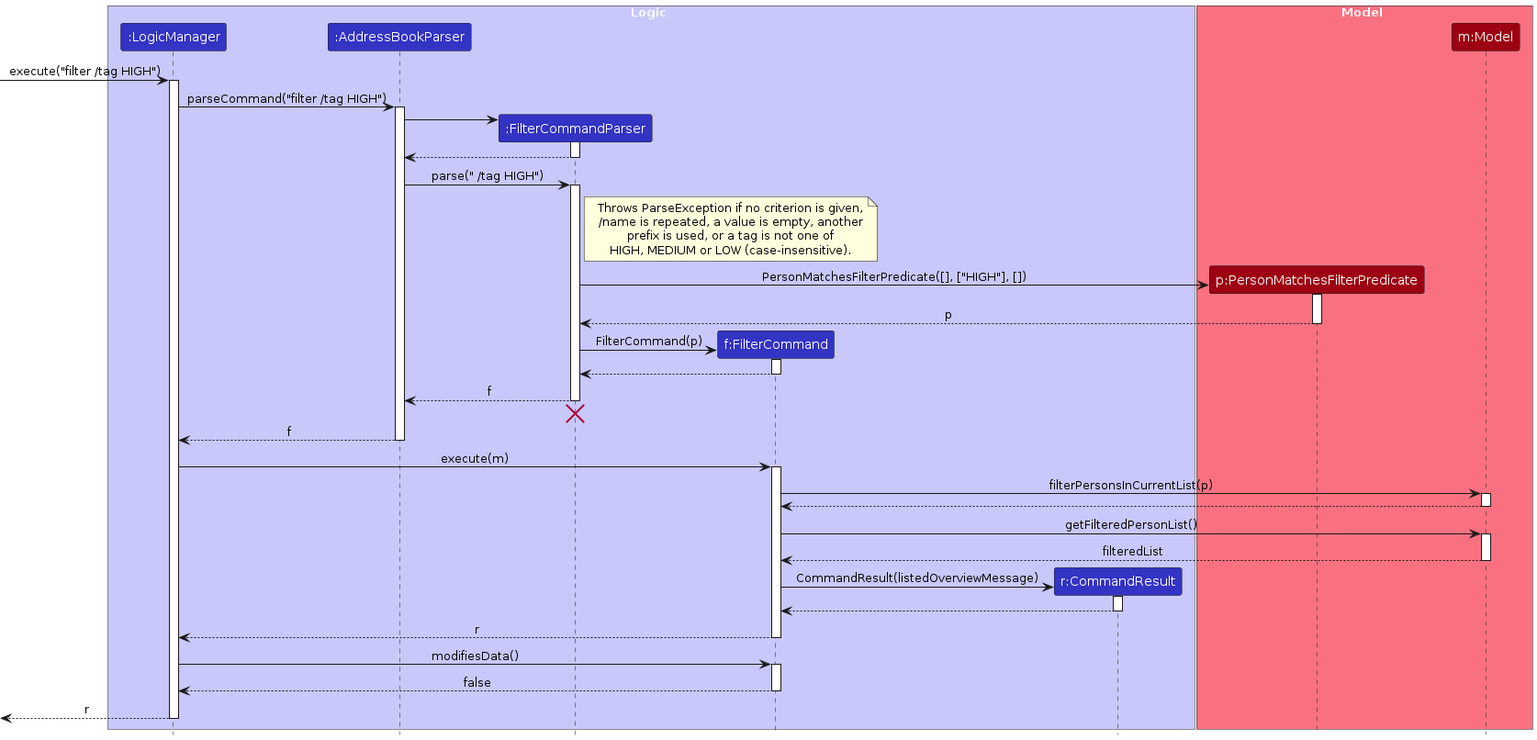
Above: diagrams/FilterSequenceDiagram.png in AY2627S1-CS2103T-T08-1/tp (PlantUML), before the change. Its source is kept beside it as diagrams/FilterSequenceDiagram.puml.
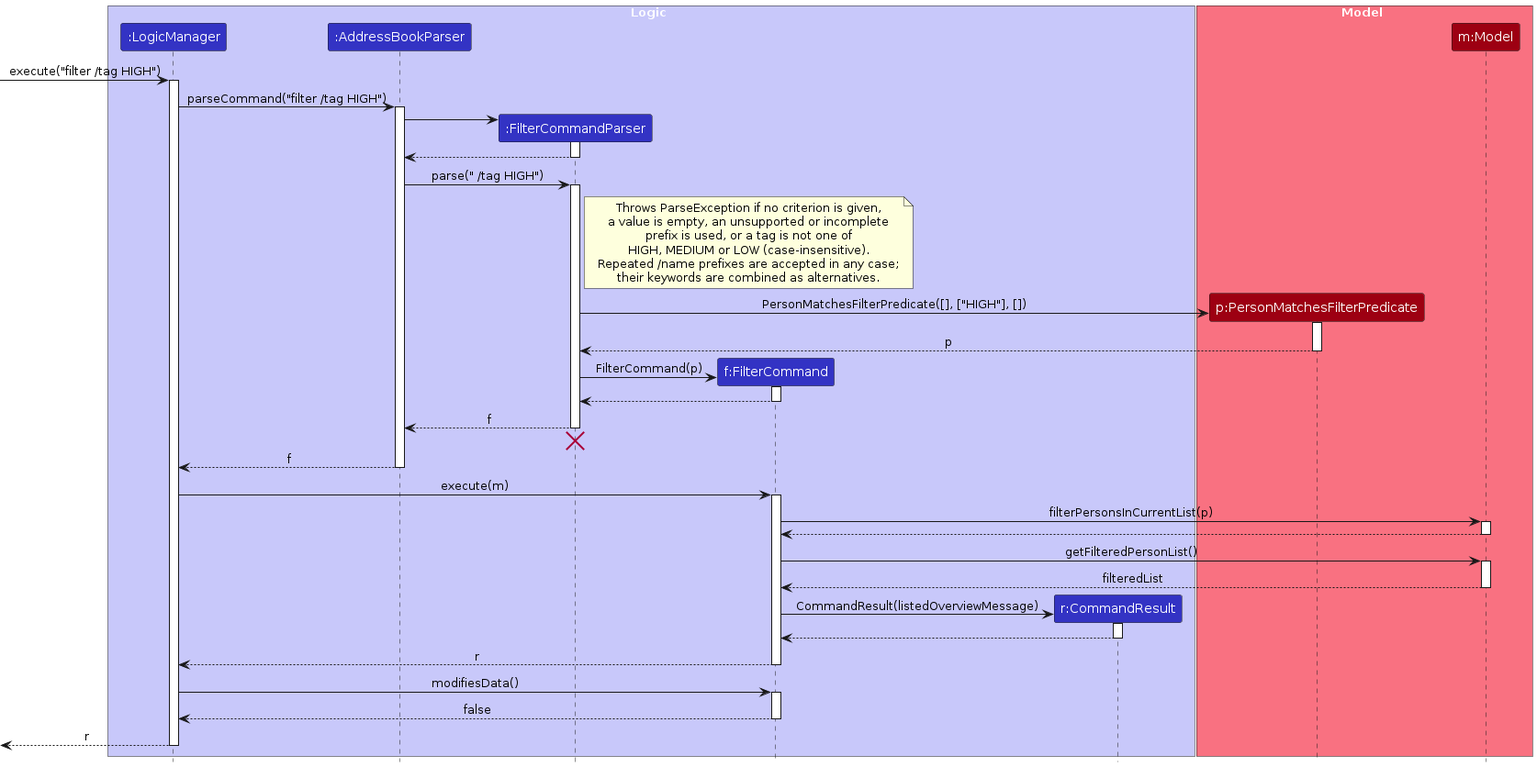
The same file after the commit.

Diff of the diagram source:
```diff
@@ -33,9 +33,11 @@
 
 note right of FilterCommandParser
   Throws ParseException if no criterion is given,
-  /name is repeated, a value is empty, another
+  a value is empty, an unsupported or incomplete
   prefix is used, or a tag is not one of
   HIGH, MEDIUM or LOW (case-insensitive).
+  Repeated /name prefixes are accepted in any case;
+  their keywords are combined as alternatives.
 end note
 
 create PersonMatchesFilterPredicate
```
